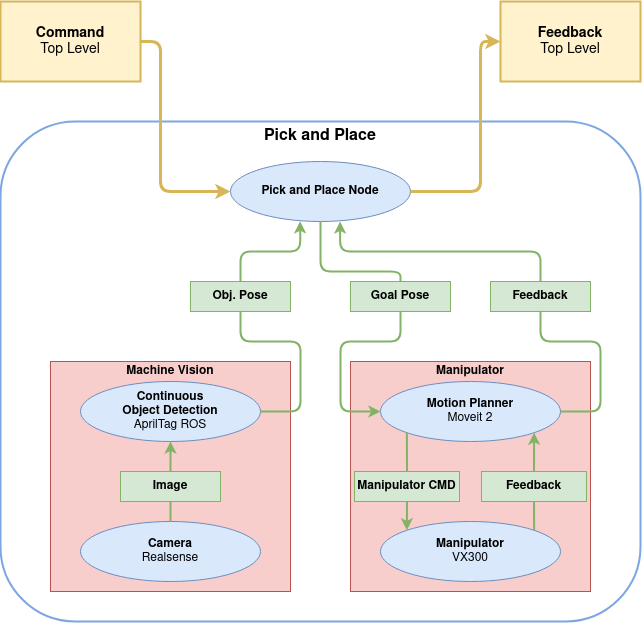
This is Figures/figPickAndPlaceMethod.drawio.png from orjano-max/ORJANOS_MASTER_REPO, a draw.io export, as it was before one commit. Source tidied: cells renumbered, new cells last; positions are measured from the earlier drawing's top-left corner, leaving out a move shared by most shapes.
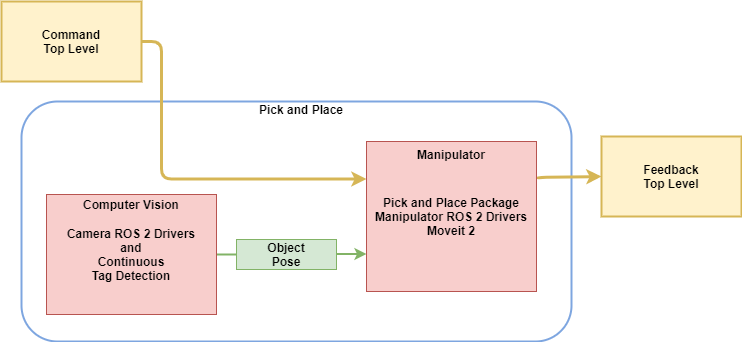
The same diagram one commit later.

Change to the diagram source:
```diff
@@ -2,164 +2,65 @@
   <root>
     <mxCell id="0" />
     <mxCell id="1" parent="0" />
-    <mxCell id="2" style="rounded=1;whiteSpace=wrap;html=1;strokeWidth=2;strokeColor=#7EA6E0;" parent="1" vertex="1">
-      <mxGeometry y="120" width="640" height="500" as="geometry" />
+    <mxCell id="2" style="rounded=1;strokeWidth=2;strokeColor=#7EA6E0;fontStyle=1;" parent="1" vertex="1">
+      <mxGeometry x="40" y="130" width="550" height="240" as="geometry" />
     </mxCell>
-    <mxCell id="3" value="&lt;b&gt;Obj. Pose&lt;br&gt;&lt;/b&gt;" style="rounded=0;whiteSpace=wrap;html=1;fillColor=#d5e8d4;strokeColor=#82b366;" parent="1" vertex="1">
-      <mxGeometry x="190" y="280" width="100" height="30" as="geometry" />
-    </mxCell>
-    <mxCell id="4" style="edgeStyle=orthogonalEdgeStyle;jettySize=auto;html=1;fillColor=#d5e8d4;strokeColor=#82b366;strokeWidth=2;rounded=1;exitX=0.5;exitY=0;exitDx=0;exitDy=0;entryX=0.387;entryY=0.996;entryDx=0;entryDy=0;entryPerimeter=0;endArrow=classic;endFill=1;" parent="1" edge="1" source="3" target="5">
-      <mxGeometry relative="1" as="geometry">
-        <Array as="points">
-          <mxPoint x="240" y="250" />
-          <mxPoint x="300" y="250" />
-        </Array>
-      </mxGeometry>
-    </mxCell>
-    <mxCell id="5" value="Pick and Place Node" style="ellipse;whiteSpace=wrap;html=1;fillColor=#dae8fc;strokeColor=#6c8ebf;fontStyle=1;" parent="1" vertex="1">
-      <mxGeometry x="230" y="160" width="180" height="60" as="geometry" />
-    </mxCell>
-    <mxCell id="6" style="edgeStyle=orthogonalEdgeStyle;jettySize=auto;html=1;fillColor=#d5e8d4;strokeColor=#82b366;strokeWidth=2;rounded=1;exitX=0.609;exitY=1;exitDx=0;exitDy=0;endArrow=none;endFill=0;entryX=0.5;entryY=0;entryDx=0;entryDy=0;startArrow=classic;startFill=1;exitPerimeter=0;" parent="1" edge="1" source="5" target="7">
+    <mxCell id="6" style="edgeStyle=orthogonalEdgeStyle;jettySize=auto;fillColor=#d5e8d4;strokeColor=#82b366;strokeWidth=2;rounded=1;exitX=1;exitY=0.5;exitDx=0;exitDy=0;endArrow=classic;endFill=1;entryX=0;entryY=0.75;entryDx=0;entryDy=0;startArrow=none;startFill=0;fontStyle=1;" parent="1" edge="1" source="7" target="29">
       <mxGeometry relative="1" as="geometry">
         <Array as="points">
-          <mxPoint x="340" y="250" />
-          <mxPoint x="540" y="250" />
+          <mxPoint x="355" y="283" />
+          <mxPoint x="385" y="283" />
         </Array>
       </mxGeometry>
     </mxCell>
-    <mxCell id="7" value="&lt;b&gt;Feedback&lt;/b&gt;" style="rounded=0;whiteSpace=wrap;html=1;fillColor=#d5e8d4;strokeColor=#82b366;" parent="1" vertex="1">
-      <mxGeometry x="490" y="280" width="100" height="30" as="geometry" />
+    <mxCell id="7" value="Object&#10;Pose" style="rounded=0;fillColor=#d5e8d4;strokeColor=#82b366;fontStyle=1;" parent="1" vertex="1">
+      <mxGeometry x="255" y="268" width="100" height="30" as="geometry" />
     </mxCell>
-    <mxCell id="8" value="&lt;b&gt;Goal Pose&lt;br&gt;&lt;/b&gt;" style="rounded=0;whiteSpace=wrap;html=1;fillColor=#d5e8d4;strokeColor=#82b366;" parent="1" vertex="1">
-      <mxGeometry x="350" y="280" width="100" height="30" as="geometry" />
-    </mxCell>
-    <mxCell id="9" style="edgeStyle=orthogonalEdgeStyle;jettySize=auto;html=1;fillColor=#d5e8d4;strokeColor=#82b366;strokeWidth=2;rounded=1;exitX=0.5;exitY=0;exitDx=0;exitDy=0;entryX=0.5;entryY=1;entryDx=0;entryDy=0;endArrow=none;endFill=0;" parent="1" edge="1" source="8" target="5">
-      <mxGeometry relative="1" as="geometry">
-        <Array as="points">
-          <mxPoint x="400" y="270" />
-          <mxPoint x="320" y="270" />
-        </Array>
-      </mxGeometry>
-    </mxCell>
-    <mxCell id="10" style="group;" parent="1" vertex="1">
-      <mxGeometry x="350" y="360" width="240" height="230" as="geometry" />
-    </mxCell>
-    <mxCell id="11" style="rounded=0;whiteSpace=wrap;html=1;fillColor=#f8cecc;strokeColor=#b85450;" parent="10" vertex="1">
-      <mxGeometry width="240" height="230" as="geometry" />
-    </mxCell>
-    <mxCell id="12" value="Motion Planner&lt;br&gt;&lt;span style=&quot;font-weight: normal;&quot;&gt;Moveit 2&lt;/span&gt;" style="ellipse;whiteSpace=wrap;html=1;fillColor=#dae8fc;strokeColor=#6c8ebf;fontStyle=1;" parent="10" vertex="1">
-      <mxGeometry x="30" y="20" width="180" height="60" as="geometry" />
-    </mxCell>
-    <mxCell id="13" value="Manipulator&lt;br&gt;&lt;span style=&quot;font-weight: normal;&quot;&gt;VX300&lt;/span&gt;" style="ellipse;whiteSpace=wrap;html=1;fillColor=#dae8fc;strokeColor=#6c8ebf;fontStyle=1;" parent="10" vertex="1">
-      <mxGeometry x="30" y="160" width="180" height="60" as="geometry" />
-    </mxCell>
-    <mxCell id="14" style="edgeStyle=orthogonalEdgeStyle;jettySize=auto;html=1;fillColor=#d5e8d4;strokeColor=#82b366;strokeWidth=2;rounded=1;exitX=0.5;exitY=1;exitDx=0;exitDy=0;entryX=1;entryY=0;entryDx=0;entryDy=0;endArrow=none;endFill=0;" parent="10" edge="1" source="20" target="13">
-      <mxGeometry relative="1" as="geometry">
-        <Array as="points">
-          <mxPoint x="184" y="140" />
-        </Array>
-      </mxGeometry>
-    </mxCell>
-    <mxCell id="15" style="edgeStyle=orthogonalEdgeStyle;jettySize=auto;html=1;fillColor=#d5e8d4;strokeColor=#82b366;strokeWidth=2;rounded=1;entryX=0.5;entryY=0;entryDx=0;entryDy=0;exitX=1;exitY=1;exitDx=0;exitDy=0;endArrow=none;endFill=0;startArrow=classic;startFill=1;" parent="10" edge="1" source="12" target="20">
-      <mxGeometry relative="1" as="geometry" />
-    </mxCell>
-    <mxCell id="16" style="edgeStyle=orthogonalEdgeStyle;jettySize=auto;html=1;fillColor=#d5e8d4;strokeColor=#82b366;strokeWidth=2;rounded=1;exitX=0.5;exitY=0;exitDx=0;exitDy=0;entryX=0;entryY=1;entryDx=0;entryDy=0;endArrow=none;endFill=0;startArrow=none;startFill=0;" parent="10" edge="1" source="19" target="12">
-      <mxGeometry relative="1" as="geometry">
-        <Array as="points">
-          <mxPoint x="56" y="110" />
-        </Array>
-      </mxGeometry>
-    </mxCell>
-    <mxCell id="17" style="edgeStyle=orthogonalEdgeStyle;jettySize=auto;html=1;fillColor=#d5e8d4;strokeColor=#82b366;strokeWidth=2;rounded=1;exitX=0;exitY=0;exitDx=0;exitDy=0;entryX=0.5;entryY=1;entryDx=0;entryDy=0;endArrow=none;endFill=0;startArrow=classic;startFill=1;" parent="10" edge="1" source="13" target="19">
-      <mxGeometry relative="1" as="geometry" />
-    </mxCell>
-    <mxCell id="18" value="&lt;b&gt;Manipulator&lt;/b&gt;" style="text;html=1;strokeColor=none;fillColor=none;align=center;verticalAlign=middle;whiteSpace=wrap;rounded=0;" parent="10" vertex="1">
-      <mxGeometry x="58.8" width="122.4" height="20" as="geometry" />
-    </mxCell>
-    <mxCell id="19" value="&lt;b&gt;Manipulator CMD&lt;br&gt;&lt;/b&gt;" style="rounded=0;whiteSpace=wrap;html=1;fillColor=#d5e8d4;strokeColor=#82b366;" parent="10" vertex="1">
-      <mxGeometry x="4" y="110" width="105" height="30" as="geometry" />
-    </mxCell>
-    <mxCell id="20" value="&lt;b&gt;Feedback&lt;/b&gt;" style="rounded=0;whiteSpace=wrap;html=1;fillColor=#d5e8d4;strokeColor=#82b366;" parent="10" vertex="1">
-      <mxGeometry x="131" y="110" width="105" height="30" as="geometry" />
-    </mxCell>
-    <mxCell id="21" style="edgeStyle=orthogonalEdgeStyle;jettySize=auto;html=1;fillColor=#d5e8d4;strokeColor=#82b366;strokeWidth=2;rounded=1;exitX=0;exitY=0.5;exitDx=0;exitDy=0;endArrow=none;endFill=0;entryX=0.5;entryY=1;entryDx=0;entryDy=0;startArrow=classic;startFill=1;" parent="1" edge="1" source="12" target="8">
-      <mxGeometry relative="1" as="geometry">
-        <Array as="points">
-          <mxPoint x="340" y="410" />
-          <mxPoint x="340" y="340" />
-          <mxPoint x="400" y="340" />
-        </Array>
-      </mxGeometry>
-    </mxCell>
-    <mxCell id="22" style="edgeStyle=orthogonalEdgeStyle;jettySize=auto;html=1;fillColor=#d5e8d4;strokeColor=#82b366;strokeWidth=2;exitX=0.5;exitY=1;exitDx=0;exitDy=0;entryX=1;entryY=0.5;entryDx=0;entryDy=0;rounded=1;endArrow=none;endFill=0;" parent="1" edge="1" source="7" target="12">
+    <mxCell id="22" style="edgeStyle=orthogonalEdgeStyle;jettySize=auto;fillColor=#d5e8d4;strokeColor=#82b366;strokeWidth=2;exitX=0;exitY=0.5;exitDx=0;exitDy=0;entryX=1;entryY=0.5;entryDx=0;entryDy=0;rounded=1;endArrow=none;endFill=0;fontStyle=1;" parent="1" edge="1" source="7" target="11">
       <mxGeometry relative="1" as="geometry">
         <Array as="points">
-          <mxPoint x="540" y="340" />
-          <mxPoint x="600" y="340" />
-          <mxPoint x="600" y="410" />
+          <mxPoint x="235" y="283" />
         </Array>
       </mxGeometry>
     </mxCell>
-    <mxCell id="23" style="edgeStyle=orthogonalEdgeStyle;jettySize=auto;html=1;fillColor=#fff2cc;strokeColor=#d6b656;strokeWidth=3;rounded=1;endArrow=classic;endFill=1;entryX=0;entryY=0.5;entryDx=0;entryDy=0;exitX=1;exitY=0.5;exitDx=0;exitDy=0;" parent="1" edge="1" source="24" target="5">
+    <mxCell id="23" style="edgeStyle=orthogonalEdgeStyle;jettySize=auto;fillColor=#fff2cc;strokeColor=#d6b656;strokeWidth=3;rounded=1;endArrow=classic;endFill=1;entryX=0;entryY=0.25;entryDx=0;entryDy=0;exitX=1;exitY=0.5;exitDx=0;exitDy=0;fontStyle=1;" parent="1" edge="1" source="24" target="29">
       <mxGeometry relative="1" as="geometry">
         <Array as="points">
-          <mxPoint x="160" y="40" />
-          <mxPoint x="160" y="190" />
+          <mxPoint x="180" y="70" />
+          <mxPoint x="180" y="207" />
         </Array>
       </mxGeometry>
     </mxCell>
-    <mxCell id="24" value="&lt;font style=&quot;font-size: 14px;&quot;&gt;&lt;b&gt;Command&lt;br&gt;&lt;/b&gt;Top Level&lt;/font&gt;" style="rounded=0;whiteSpace=wrap;html=1;fillColor=#fff2cc;strokeColor=#d6b656;strokeWidth=2;" parent="1" vertex="1">
-      <mxGeometry width="140" height="80" as="geometry" />
+    <mxCell id="24" value="Command&#10;Top Level" style="rounded=0;fillColor=#fff2cc;strokeColor=#d6b656;strokeWidth=2;fontStyle=1;" parent="1" vertex="1">
+      <mxGeometry x="20" y="30" width="140" height="80" as="geometry" />
     </mxCell>
-    <mxCell id="25" value="&lt;font style=&quot;font-size: 14px;&quot;&gt;&lt;b&gt;Feedback&lt;br&gt;&lt;/b&gt;Top Level&lt;/font&gt;" style="rounded=0;whiteSpace=wrap;html=1;fillColor=#fff2cc;strokeColor=#d6b656;strokeWidth=2;" parent="1" vertex="1">
-      <mxGeometry x="500" width="140" height="80" as="geometry" />
+    <mxCell id="25" value="Feedback&#10;Top Level" style="rounded=0;fillColor=#fff2cc;strokeColor=#d6b656;strokeWidth=2;fontStyle=1;" parent="1" vertex="1">
+      <mxGeometry x="620" y="165" width="140" height="80" as="geometry" />
     </mxCell>
-    <mxCell id="26" style="edgeStyle=orthogonalEdgeStyle;jettySize=auto;html=1;fillColor=#fff2cc;strokeColor=#d6b656;strokeWidth=3;rounded=1;endArrow=classic;endFill=1;entryX=0;entryY=0.5;entryDx=0;entryDy=0;exitX=1;exitY=0.5;exitDx=0;exitDy=0;" parent="1" edge="1" source="5" target="25">
+    <mxCell id="26" style="edgeStyle=orthogonalEdgeStyle;jettySize=auto;fillColor=#fff2cc;strokeColor=#d6b656;strokeWidth=3;rounded=1;endArrow=classic;endFill=1;entryX=0;entryY=0.5;entryDx=0;entryDy=0;exitX=1;exitY=0.25;exitDx=0;exitDy=0;fontStyle=1;" parent="1" edge="1" source="29" target="25">
       <mxGeometry relative="1" as="geometry">
         <Array as="points">
-          <mxPoint x="480" y="190" />
-          <mxPoint x="480" y="40" />
+          <mxPoint x="555" y="206" />
         </Array>
       </mxGeometry>
     </mxCell>
-    <mxCell id="27" style="group;" parent="1" vertex="1">
-      <mxGeometry x="50" y="360" width="240" height="230" as="geometry" />
-    </mxCell>
+    <mxCell id="37" value="Pick and Place&#10;" style="text;strokeColor=none;fillColor=none;align=center;verticalAlign=middle;rounded=0;fontStyle=1;" parent="1" vertex="1">
+      <mxGeometry x="255" y="130" width="130" height="30" as="geometry" />
+    </mxCell>
-    <mxCell id="28" style="group;" parent="27" vertex="1">
-      <mxGeometry width="240" height="230" as="geometry" />
+    <mxCell id="28" style="group;fontStyle=1;" parent="1" vertex="1">
+      <mxGeometry x="385" y="170" width="170" height="150" as="geometry" />
     </mxCell>
-    <mxCell id="29" style="rounded=0;whiteSpace=wrap;html=1;fillColor=#f8cecc;strokeColor=#b85450;" parent="28" vertex="1">
-      <mxGeometry width="240" height="230" as="geometry" />
+    <mxCell id="29" value="Pick and Place Package&#10;Manipulator ROS 2 Drivers&#10;Moveit 2" style="rounded=0;fillColor=#f8cecc;strokeColor=#b85450;fontStyle=1;" parent="28" vertex="1">
+      <mxGeometry width="170" height="150" as="geometry" />
     </mxCell>
-    <mxCell id="30" value="&lt;b&gt;Machine Vision&lt;br&gt;&lt;/b&gt;" style="text;html=1;strokeColor=none;fillColor=none;align=center;verticalAlign=middle;whiteSpace=wrap;rounded=0;" parent="28" vertex="1">
-      <mxGeometry x="62.9" width="114.2" height="19.2" as="geometry" />
+    <mxCell id="30" value="Manipulator" style="text;strokeColor=none;fillColor=none;align=center;verticalAlign=middle;rounded=0;fontStyle=1;" parent="28" vertex="1">
+      <mxGeometry x="44.6" width="80.9" height="25" as="geometry" />
     </mxCell>
-    <mxCell id="31" value="Camera&lt;br&gt;&lt;span style=&quot;font-weight: normal;&quot;&gt;Realsense&lt;/span&gt;" style="ellipse;whiteSpace=wrap;html=1;fillColor=#dae8fc;strokeColor=#6c8ebf;fontStyle=1;" parent="27" vertex="1">
-      <mxGeometry x="30" y="160" width="180" height="60" as="geometry" />
-    </mxCell>
-    <mxCell id="32" value="Continuous&lt;br&gt;Object Detection&lt;br&gt;&lt;span style=&quot;font-weight: normal;&quot;&gt;AprilTag ROS&lt;/span&gt;" style="ellipse;whiteSpace=wrap;html=1;fillColor=#dae8fc;strokeColor=#6c8ebf;fontStyle=1;" parent="27" vertex="1">
-      <mxGeometry x="30" y="20" width="180" height="60" as="geometry" />
-    </mxCell>
-    <mxCell id="33" style="edgeStyle=orthogonalEdgeStyle;jettySize=auto;html=1;fillColor=#d5e8d4;strokeColor=#82b366;strokeWidth=2;rounded=1;exitX=0.5;exitY=0;exitDx=0;exitDy=0;entryX=0.5;entryY=1;entryDx=0;entryDy=0;endArrow=none;endFill=0;" parent="27" edge="1" source="31" target="34">
-      <mxGeometry relative="1" as="geometry" />
-    </mxCell>
-    <mxCell id="34" value="&lt;b&gt;Image&lt;/b&gt;" style="rounded=0;whiteSpace=wrap;html=1;fillColor=#d5e8d4;strokeColor=#82b366;" parent="27" vertex="1">
-      <mxGeometry x="70" y="110" width="100" height="30" as="geometry" />
-    </mxCell>
-    <mxCell id="35" style="edgeStyle=orthogonalEdgeStyle;jettySize=auto;html=1;fillColor=#d5e8d4;strokeColor=#82b366;strokeWidth=2;rounded=1;exitX=0.5;exitY=0;exitDx=0;exitDy=0;entryX=0.5;entryY=1;entryDx=0;entryDy=0;" parent="27" edge="1" source="34" target="32">
-      <mxGeometry relative="1" as="geometry" />
-    </mxCell>
-    <mxCell id="36" style="edgeStyle=orthogonalEdgeStyle;jettySize=auto;html=1;fillColor=#d5e8d4;strokeColor=#82b366;strokeWidth=2;rounded=1;exitX=1;exitY=0.5;exitDx=0;exitDy=0;entryX=0.5;entryY=1;entryDx=0;entryDy=0;endArrow=none;endFill=0;" parent="1" edge="1" source="32" target="3">
-      <mxGeometry relative="1" as="geometry">
-        <Array as="points">
-          <mxPoint x="300" y="410" />
-          <mxPoint x="300" y="340" />
-          <mxPoint x="240" y="340" />
-        </Array>
-      </mxGeometry>
-    </mxCell>
-    <mxCell id="37" value="&lt;b&gt;&lt;font style=&quot;font-size: 16px;&quot;&gt;Pick and Place&lt;br&gt;&lt;/font&gt;&lt;/b&gt;" style="text;html=1;strokeColor=none;fillColor=none;align=center;verticalAlign=middle;whiteSpace=wrap;rounded=0;" parent="1" vertex="1">
-      <mxGeometry x="255" y="120" width="130" height="30" as="geometry" />
-    </mxCell>
+    <mxCell id="11" value="Camera ROS 2 Drivers&#10;and&#10;Continuous &#10;Tag Detection" style="rounded=0;fillColor=#f8cecc;strokeColor=#b85450;fontStyle=1;" parent="1" vertex="1">
+      <mxGeometry x="65" y="223" width="170" height="120" as="geometry" />
+    </mxCell>
+    <mxCell id="18" value="Computer Vision" style="text;strokeColor=none;fillColor=none;align=center;verticalAlign=middle;rounded=0;fontStyle=1;" parent="1" vertex="1">
+      <mxGeometry x="88.8" y="223" width="122.4" height="20" as="geometry" />
+    </mxCell>
   </root>
 </mxGraphModel>
```
